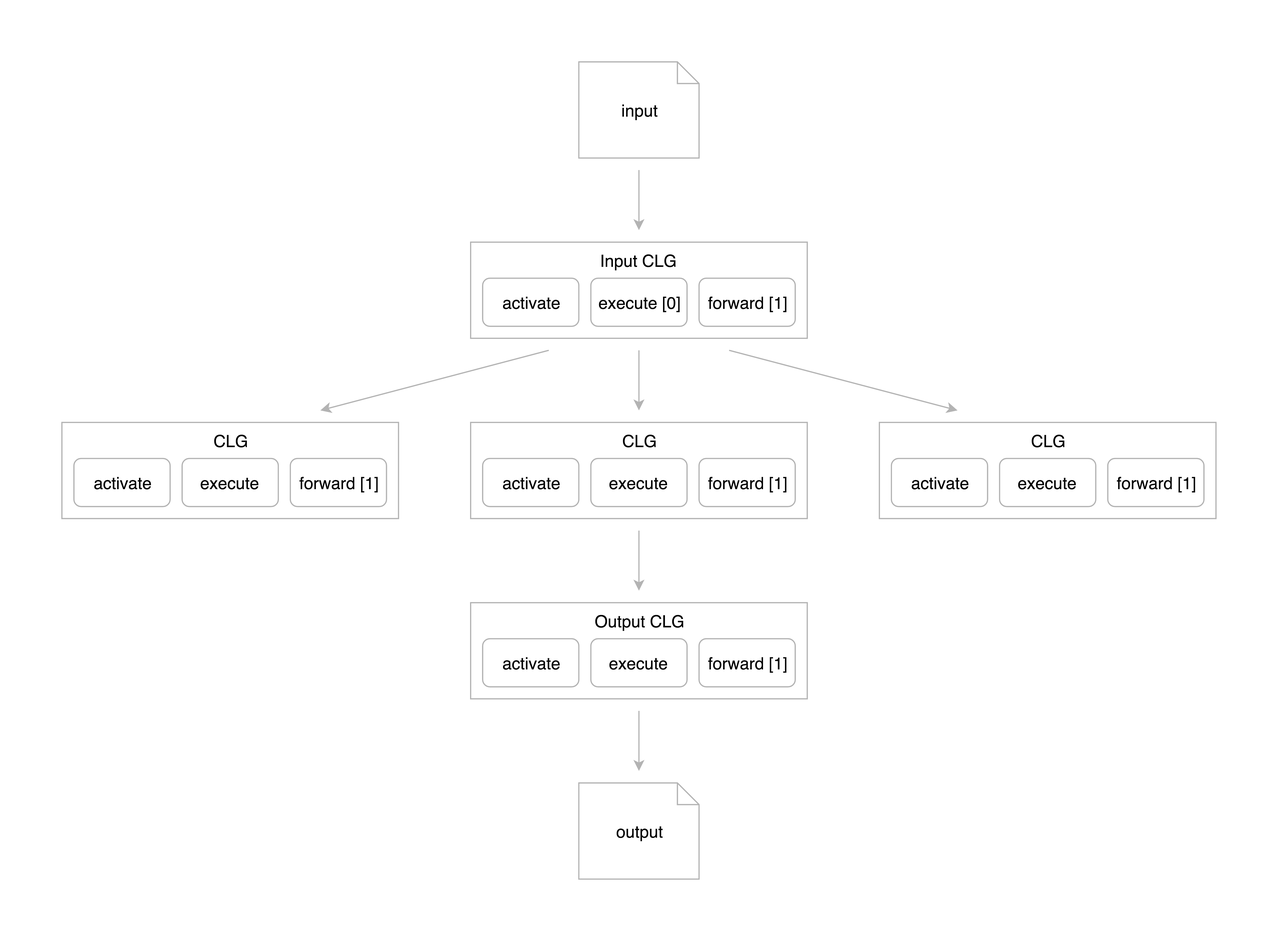
Above: doc/concept/image/connection_creation.png in the-anna-project/annad (draw.io), before the change. Source tidied: cells renumbered, new cells last; positions are measured from the earlier drawing's top-left corner, leaving out a move shared by most shapes.
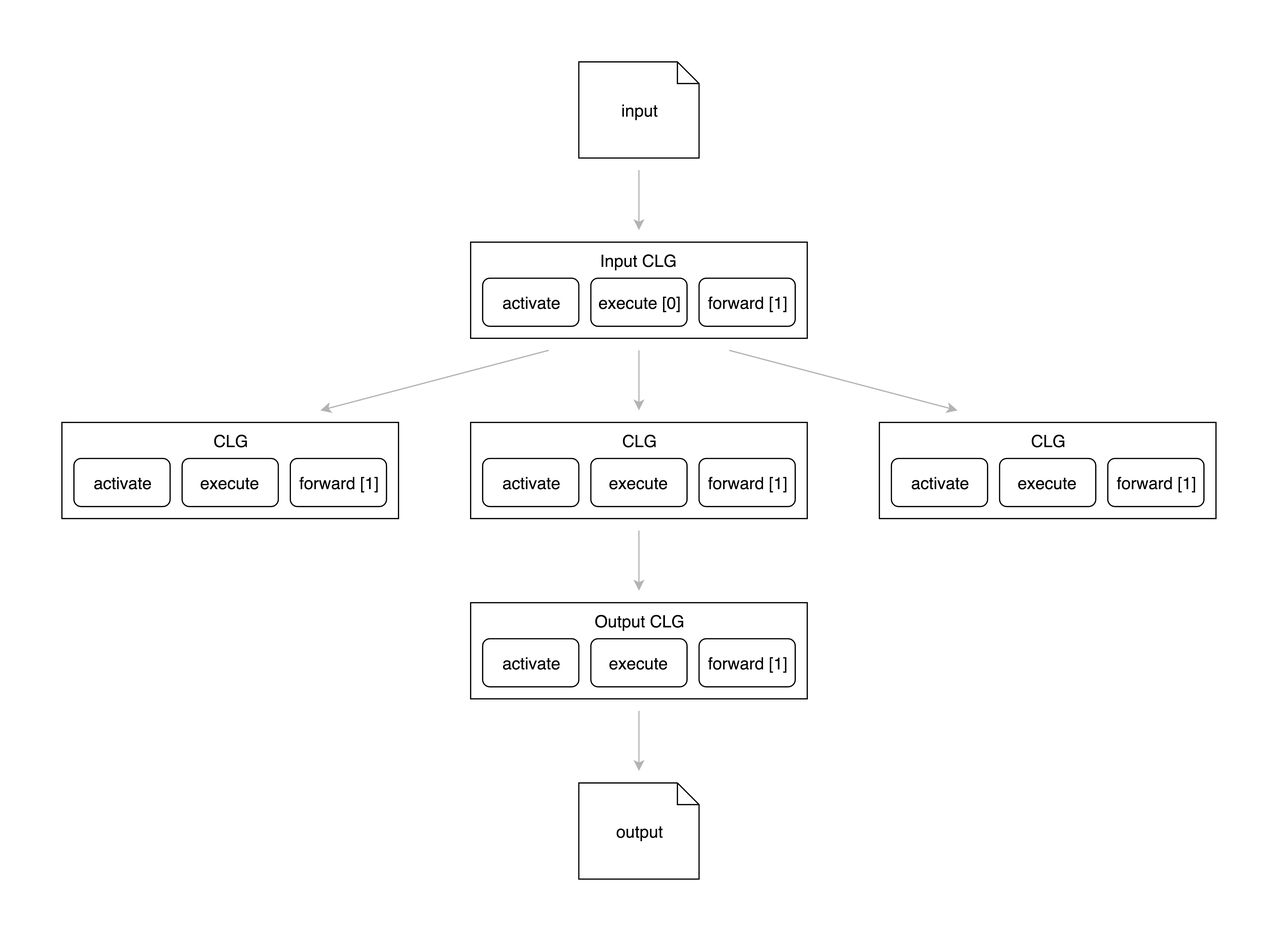
The same file after the commit.

Commit message:
improved documentation about connection creation

What changed in the source:
```diff
@@ -23,55 +23,55 @@
     <mxCell id="8" style="whiteSpace=wrap;html=1;rounded=0;shadow=0;glass=0;comic=0;strokeColor=none;strokeWidth=1;fillColor=none;gradientColor=none;fontSize=14;" parent="1" vertex="1">
       <mxGeometry x="380" y="490" width="300" height="100" as="geometry" />
     </mxCell>
-    <mxCell id="9" value="input" style="shape=note;whiteSpace=wrap;html=1;rounded=0;shadow=0;glass=0;comic=0;strokeColor=#B3B3B3;strokeWidth=1;fillColor=none;gradientColor=none;size=18;fontSize=14;" parent="1" vertex="1">
+    <mxCell id="9" value="input" style="shape=note;whiteSpace=wrap;html=1;rounded=0;shadow=0;glass=0;comic=0;strokeColor=#000000;strokeWidth=1;fillColor=none;gradientColor=none;size=18;fontSize=14;" parent="1" vertex="1">
       <mxGeometry x="480" y="50" width="100" height="80" as="geometry" />
     </mxCell>
-    <mxCell id="10" value="Input CLG" style="rounded=0;whiteSpace=wrap;html=1;shadow=0;glass=0;comic=0;strokeColor=#B3B3B3;strokeWidth=1;fillColor=none;gradientColor=none;verticalAlign=top;fontSize=14;" parent="1" vertex="1">
+    <mxCell id="10" value="Input CLG" style="rounded=0;whiteSpace=wrap;html=1;shadow=0;glass=0;comic=0;strokeColor=#000000;strokeWidth=1;fillColor=none;gradientColor=none;verticalAlign=top;fontSize=14;" parent="1" vertex="1">
       <mxGeometry x="390" y="200" width="280" height="80" as="geometry" />
     </mxCell>
-    <mxCell id="11" value="activate" style="rounded=1;whiteSpace=wrap;html=1;shadow=0;glass=0;comic=0;strokeColor=#B3B3B3;strokeWidth=1;fillColor=none;gradientColor=none;fontSize=14;" parent="1" vertex="1">
+    <mxCell id="11" value="activate" style="rounded=1;whiteSpace=wrap;html=1;shadow=0;glass=0;comic=0;strokeColor=#000000;strokeWidth=1;fillColor=none;gradientColor=none;fontSize=14;" parent="1" vertex="1">
       <mxGeometry x="400" y="230" width="80" height="40" as="geometry" />
     </mxCell>
-    <mxCell id="12" value="execute [0]" style="rounded=1;whiteSpace=wrap;html=1;shadow=0;glass=0;comic=0;strokeColor=#B3B3B3;strokeWidth=1;fillColor=none;gradientColor=none;fontSize=14;" parent="1" vertex="1">
+    <mxCell id="12" value="execute [0]" style="rounded=1;whiteSpace=wrap;html=1;shadow=0;glass=0;comic=0;strokeColor=#000000;strokeWidth=1;fillColor=none;gradientColor=none;fontSize=14;" parent="1" vertex="1">
       <mxGeometry x="490" y="230" width="80" height="40" as="geometry" />
     </mxCell>
-    <mxCell id="13" value="forward [1]" style="rounded=1;whiteSpace=wrap;html=1;shadow=0;glass=0;comic=0;strokeColor=#B3B3B3;strokeWidth=1;fillColor=none;gradientColor=none;fontSize=14;" parent="1" vertex="1">
+    <mxCell id="13" value="forward [1]" style="rounded=1;whiteSpace=wrap;html=1;shadow=0;glass=0;comic=0;strokeColor=#000000;strokeWidth=1;fillColor=none;gradientColor=none;fontSize=14;" parent="1" vertex="1">
       <mxGeometry x="580" y="230" width="80" height="40" as="geometry" />
     </mxCell>
-    <mxCell id="14" value="&lt;font style=&quot;font-size: 14px&quot;&gt;CLG&lt;/font&gt;" style="rounded=0;whiteSpace=wrap;html=1;shadow=0;glass=0;comic=0;strokeColor=#B3B3B3;strokeWidth=1;fillColor=none;gradientColor=none;verticalAlign=top;fontSize=14;" parent="1" vertex="1">
+    <mxCell id="14" value="&lt;font style=&quot;font-size: 14px&quot;&gt;CLG&lt;/font&gt;" style="rounded=0;whiteSpace=wrap;html=1;shadow=0;glass=0;comic=0;strokeColor=#000000;strokeWidth=1;fillColor=none;gradientColor=none;verticalAlign=top;fontSize=14;" parent="1" vertex="1">
       <mxGeometry x="50" y="350" width="280" height="80" as="geometry" />
     </mxCell>
-    <mxCell id="15" value="&lt;font style=&quot;font-size: 14px&quot;&gt;activate&lt;/font&gt;" style="rounded=1;whiteSpace=wrap;html=1;shadow=0;glass=0;comic=0;strokeColor=#B3B3B3;strokeWidth=1;fillColor=none;gradientColor=none;fontSize=14;" parent="1" vertex="1">
+    <mxCell id="15" value="&lt;font style=&quot;font-size: 14px&quot;&gt;activate&lt;/font&gt;" style="rounded=1;whiteSpace=wrap;html=1;shadow=0;glass=0;comic=0;strokeColor=#000000;strokeWidth=1;fillColor=none;gradientColor=none;fontSize=14;" parent="1" vertex="1">
       <mxGeometry x="60" y="380" width="80" height="40" as="geometry" />
     </mxCell>
-    <mxCell id="16" value="&lt;font style=&quot;font-size: 14px&quot;&gt;execute&lt;/font&gt;" style="rounded=1;whiteSpace=wrap;html=1;shadow=0;glass=0;comic=0;strokeColor=#B3B3B3;strokeWidth=1;fillColor=none;gradientColor=none;fontSize=14;" parent="1" vertex="1">
+    <mxCell id="16" value="&lt;font style=&quot;font-size: 14px&quot;&gt;execute&lt;/font&gt;" style="rounded=1;whiteSpace=wrap;html=1;shadow=0;glass=0;comic=0;strokeColor=#000000;strokeWidth=1;fillColor=none;gradientColor=none;fontSize=14;" parent="1" vertex="1">
       <mxGeometry x="150" y="380" width="80" height="40" as="geometry" />
     </mxCell>
-    <mxCell id="17" value="&lt;font style=&quot;font-size: 14px&quot;&gt;forward [1]&lt;/font&gt;" style="rounded=1;whiteSpace=wrap;html=1;shadow=0;glass=0;comic=0;strokeColor=#B3B3B3;strokeWidth=1;fillColor=none;gradientColor=none;fontSize=14;" parent="1" vertex="1">
+    <mxCell id="17" value="&lt;font style=&quot;font-size: 14px&quot;&gt;forward [1]&lt;/font&gt;" style="rounded=1;whiteSpace=wrap;html=1;shadow=0;glass=0;comic=0;strokeColor=#000000;strokeWidth=1;fillColor=none;gradientColor=none;fontSize=14;" parent="1" vertex="1">
       <mxGeometry x="240" y="380" width="80" height="40" as="geometry" />
     </mxCell>
-    <mxCell id="18" value="CLG" style="rounded=0;whiteSpace=wrap;html=1;shadow=0;glass=0;comic=0;strokeColor=#B3B3B3;strokeWidth=1;fillColor=none;gradientColor=none;verticalAlign=top;fontSize=14;" parent="1" vertex="1">
+    <mxCell id="18" value="CLG" style="rounded=0;whiteSpace=wrap;html=1;shadow=0;glass=0;comic=0;strokeColor=#000000;strokeWidth=1;fillColor=none;gradientColor=none;verticalAlign=top;fontSize=14;" parent="1" vertex="1">
       <mxGeometry x="730" y="350" width="280" height="80" as="geometry" />
     </mxCell>
-    <mxCell id="19" value="activate" style="rounded=1;whiteSpace=wrap;html=1;shadow=0;glass=0;comic=0;strokeColor=#B3B3B3;strokeWidth=1;fillColor=none;gradientColor=none;fontSize=14;" parent="1" vertex="1">
+    <mxCell id="19" value="activate" style="rounded=1;whiteSpace=wrap;html=1;shadow=0;glass=0;comic=0;strokeColor=#000000;strokeWidth=1;fillColor=none;gradientColor=none;fontSize=14;" parent="1" vertex="1">
       <mxGeometry x="740" y="380" width="80" height="40" as="geometry" />
     </mxCell>
-    <mxCell id="20" value="execute" style="rounded=1;whiteSpace=wrap;html=1;shadow=0;glass=0;comic=0;strokeColor=#B3B3B3;strokeWidth=1;fillColor=none;gradientColor=none;fontSize=14;" parent="1" vertex="1">
+    <mxCell id="20" value="execute" style="rounded=1;whiteSpace=wrap;html=1;shadow=0;glass=0;comic=0;strokeColor=#000000;strokeWidth=1;fillColor=none;gradientColor=none;fontSize=14;" parent="1" vertex="1">
       <mxGeometry x="830" y="380" width="80" height="40" as="geometry" />
     </mxCell>
-    <mxCell id="21" value="forward [1]" style="rounded=1;whiteSpace=wrap;html=1;shadow=0;glass=0;comic=0;strokeColor=#B3B3B3;strokeWidth=1;fillColor=none;gradientColor=none;fontSize=14;" parent="1" vertex="1">
+    <mxCell id="21" value="forward [1]" style="rounded=1;whiteSpace=wrap;html=1;shadow=0;glass=0;comic=0;strokeColor=#000000;strokeWidth=1;fillColor=none;gradientColor=none;fontSize=14;" parent="1" vertex="1">
       <mxGeometry x="920" y="380" width="80" height="40" as="geometry" />
     </mxCell>
-    <mxCell id="22" value="CLG" style="rounded=0;whiteSpace=wrap;html=1;shadow=0;glass=0;comic=0;strokeColor=#B3B3B3;strokeWidth=1;fillColor=none;gradientColor=none;verticalAlign=top;fontSize=14;" parent="1" vertex="1">
+    <mxCell id="22" value="CLG" style="rounded=0;whiteSpace=wrap;html=1;shadow=0;glass=0;comic=0;strokeColor=#000000;strokeWidth=1;fillColor=none;gradientColor=none;verticalAlign=top;fontSize=14;" parent="1" vertex="1">
       <mxGeometry x="390" y="350" width="280" height="80" as="geometry" />
     </mxCell>
-    <mxCell id="23" value="activate" style="rounded=1;whiteSpace=wrap;html=1;shadow=0;glass=0;comic=0;strokeColor=#B3B3B3;strokeWidth=1;fillColor=none;gradientColor=none;fontSize=14;" parent="1" vertex="1">
+    <mxCell id="23" value="activate" style="rounded=1;whiteSpace=wrap;html=1;shadow=0;glass=0;comic=0;strokeColor=#000000;strokeWidth=1;fillColor=none;gradientColor=none;fontSize=14;" parent="1" vertex="1">
       <mxGeometry x="400" y="380" width="80" height="40" as="geometry" />
     </mxCell>
-    <mxCell id="24" value="execute" style="rounded=1;whiteSpace=wrap;html=1;shadow=0;glass=0;comic=0;strokeColor=#B3B3B3;strokeWidth=1;fillColor=none;gradientColor=none;fontSize=14;" parent="1" vertex="1">
+    <mxCell id="24" value="execute" style="rounded=1;whiteSpace=wrap;html=1;shadow=0;glass=0;comic=0;strokeColor=#000000;strokeWidth=1;fillColor=none;gradientColor=none;fontSize=14;" parent="1" vertex="1">
       <mxGeometry x="490" y="380" width="80" height="40" as="geometry" />
     </mxCell>
-    <mxCell id="25" value="forward [1]" style="rounded=1;whiteSpace=wrap;html=1;shadow=0;glass=0;comic=0;strokeColor=#B3B3B3;strokeWidth=1;fillColor=none;gradientColor=none;fontSize=14;" parent="1" vertex="1">
+    <mxCell id="25" value="forward [1]" style="rounded=1;whiteSpace=wrap;html=1;shadow=0;glass=0;comic=0;strokeColor=#000000;strokeWidth=1;fillColor=none;gradientColor=none;fontSize=14;" parent="1" vertex="1">
       <mxGeometry x="580" y="380" width="80" height="40" as="geometry" />
     </mxCell>
     <mxCell id="26" style="endArrow=classic;html=1;shadow=0;strokeColor=#B3B3B3;exitX=0.5;exitY=1;entryX=0.5;entryY=0;fontSize=14;" parent="1" edge="1" source="3" target="4">
@@ -86,16 +86,16 @@
     <mxCell id="29" style="endArrow=classic;html=1;shadow=0;strokeColor=#B3B3B3;exitX=0.75;exitY=1;entryX=0.25;entryY=0;fontSize=14;" parent="1" edge="1" source="4" target="7">
       <mxGeometry x="630" y="530" as="geometry" />
     </mxCell>
-    <mxCell id="30" value="Output CLG" style="rounded=0;whiteSpace=wrap;html=1;shadow=0;glass=0;comic=0;strokeColor=#B3B3B3;strokeWidth=1;fillColor=none;gradientColor=none;verticalAlign=top;fontSize=14;" parent="1" vertex="1">
+    <mxCell id="30" value="Output CLG" style="rounded=0;whiteSpace=wrap;html=1;shadow=0;glass=0;comic=0;strokeColor=#000000;strokeWidth=1;fillColor=none;gradientColor=none;verticalAlign=top;fontSize=14;" parent="1" vertex="1">
       <mxGeometry x="390" y="500" width="280" height="80" as="geometry" />
     </mxCell>
-    <mxCell id="31" value="activate" style="rounded=1;whiteSpace=wrap;html=1;shadow=0;glass=0;comic=0;strokeColor=#B3B3B3;strokeWidth=1;fillColor=none;gradientColor=none;fontSize=14;" parent="1" vertex="1">
+    <mxCell id="31" value="activate" style="rounded=1;whiteSpace=wrap;html=1;shadow=0;glass=0;comic=0;strokeColor=#000000;strokeWidth=1;fillColor=none;gradientColor=none;fontSize=14;" parent="1" vertex="1">
       <mxGeometry x="400" y="530" width="80" height="40" as="geometry" />
     </mxCell>
-    <mxCell id="32" value="execute" style="rounded=1;whiteSpace=wrap;html=1;shadow=0;glass=0;comic=0;strokeColor=#B3B3B3;strokeWidth=1;fillColor=none;gradientColor=none;fontSize=14;" parent="1" vertex="1">
+    <mxCell id="32" value="execute" style="rounded=1;whiteSpace=wrap;html=1;shadow=0;glass=0;comic=0;strokeColor=#000000;strokeWidth=1;fillColor=none;gradientColor=none;fontSize=14;" parent="1" vertex="1">
       <mxGeometry x="490" y="530" width="80" height="40" as="geometry" />
     </mxCell>
-    <mxCell id="33" value="forward [1]" style="rounded=1;whiteSpace=wrap;html=1;shadow=0;glass=0;comic=0;strokeColor=#B3B3B3;strokeWidth=1;fillColor=none;gradientColor=none;fontSize=14;" parent="1" vertex="1">
+    <mxCell id="33" value="forward [1]" style="rounded=1;whiteSpace=wrap;html=1;shadow=0;glass=0;comic=0;strokeColor=#000000;strokeWidth=1;fillColor=none;gradientColor=none;fontSize=14;" parent="1" vertex="1">
       <mxGeometry x="580" y="530" width="80" height="40" as="geometry" />
     </mxCell>
     <mxCell id="34" style="endArrow=classic;html=1;shadow=0;strokeColor=#B3B3B3;exitX=0.5;exitY=1;entryX=0.5;entryY=0;fontSize=14;" parent="1" edge="1" source="6" target="8">
@@ -104,7 +104,7 @@
     <mxCell id="35" style="whiteSpace=wrap;html=1;rounded=0;shadow=0;glass=0;comic=0;strokeColor=none;strokeWidth=1;fillColor=none;gradientColor=none;fontSize=14;" parent="1" vertex="1">
       <mxGeometry x="470" y="640" width="120" height="100" as="geometry" />
     </mxCell>
-    <mxCell id="36" value="output" style="shape=note;whiteSpace=wrap;html=1;rounded=0;shadow=0;glass=0;comic=0;strokeColor=#B3B3B3;strokeWidth=1;fillColor=none;gradientColor=none;size=18;fontSize=14;" parent="1" vertex="1">
+    <mxCell id="36" value="output" style="shape=note;whiteSpace=wrap;html=1;rounded=0;shadow=0;glass=0;comic=0;strokeColor=#000000;strokeWidth=1;fillColor=none;gradientColor=none;size=18;fontSize=14;" parent="1" vertex="1">
       <mxGeometry x="480" y="650" width="100" height="80" as="geometry" />
     </mxCell>
     <mxCell id="37" style="endArrow=classic;html=1;shadow=0;strokeColor=#B3B3B3;exitX=0.5;exitY=1;entryX=0.5;entryY=0;fontSize=14;" parent="1" edge="1" source="8" target="35">
```
